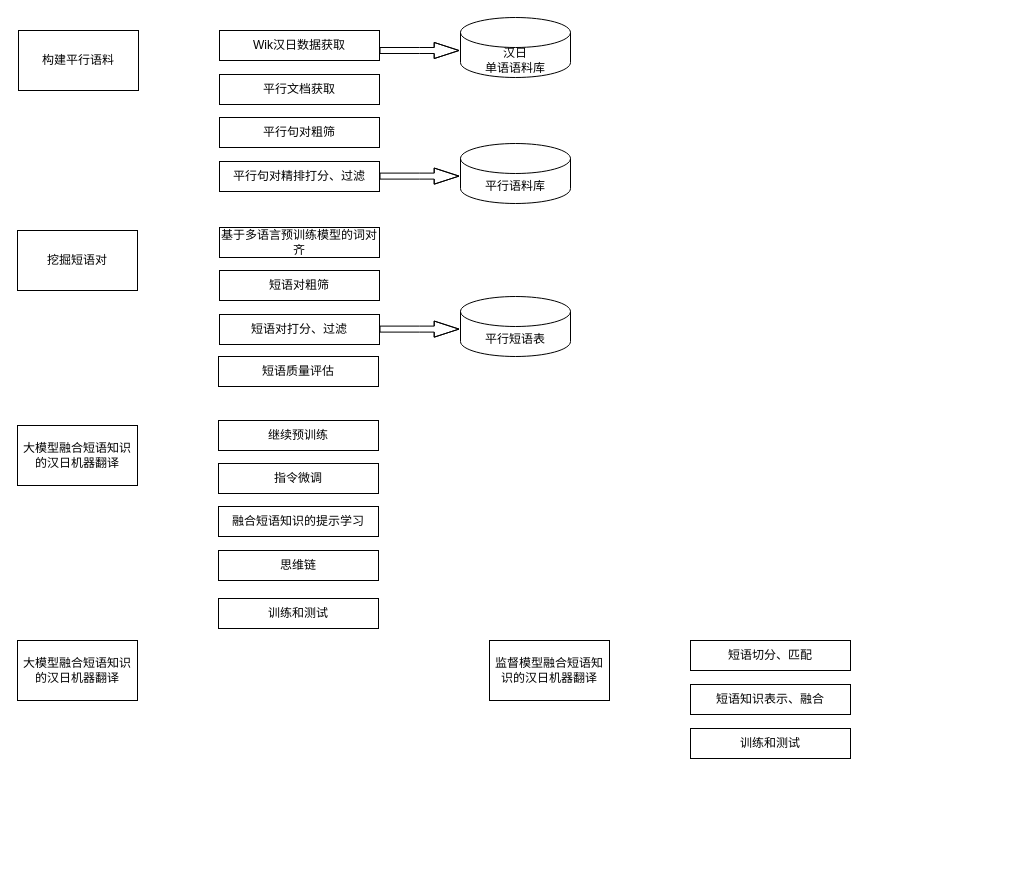
Before: 2024教育部社科项目.drawio in lizezhonglaile/drawio, a draw.io diagram. Source tidied: cells renumbered, new cells numbered last; positions are measured from the earlier drawing's top-left corner, leaving out a move shared by most shapes. Both pictures are drawn from the tidied source at 100%, with x=0, y=0 at pixel (17, 17).
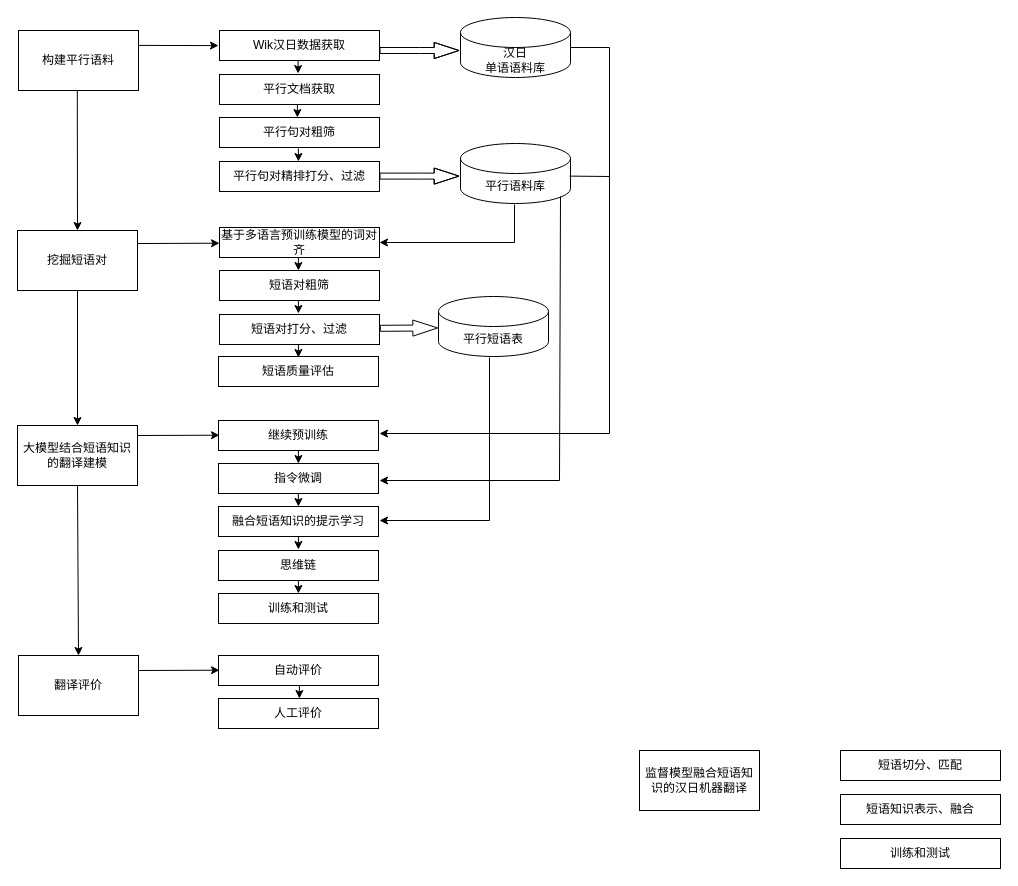
Above is the later version.

Commit message:
更新2024教育部社科项目.drawio

Unchanged cells that the change refers to:
```xml
<mxCell id="3" value="挖掘短语对" style="rounded=0;whiteSpace=wrap;html=1;" parent="1" vertex="1">
  <mxGeometry y="213" width="120" height="60" as="geometry" />
</mxCell>
<mxCell id="11" value="汉日&lt;div&gt;单语语料库&lt;/div&gt;" style="shape=cylinder3;whiteSpace=wrap;html=1;boundedLbl=1;backgroundOutline=1;size=15;" parent="1" vertex="1">
  <mxGeometry x="443" width="110" height="60" as="geometry" />
</mxCell>
<mxCell id="14" value="基于多语言预训练模型的词对齐" style="rounded=0;whiteSpace=wrap;html=1;" parent="1" vertex="1">
  <mxGeometry x="202" y="210" width="160" height="30" as="geometry" />
</mxCell>
<mxCell id="16" value="短语对打分、过滤" style="rounded=0;whiteSpace=wrap;html=1;" parent="1" vertex="1">
  <mxGeometry x="202" y="297" width="160" height="30" as="geometry" />
</mxCell>
```

Diff of the diagram source:
```diff
@@
     <mxCell id="4" value="监督模型融合短语知识的汉日机器翻译" style="rounded=0;whiteSpace=wrap;html=1;" parent="1" vertex="1">
-      <mxGeometry x="472" y="623" width="120" height="60" as="geometry" />
+      <mxGeometry x="622" y="733" width="120" height="60" as="geometry" />
     </mxCell>
-    <mxCell id="5" value="大模型融合短语知识的汉日机器翻译" style="rounded=0;whiteSpace=wrap;html=1;" parent="1" vertex="1">
+    <mxCell id="5" value="大模型结合短语知识的翻译建模" style="rounded=0;whiteSpace=wrap;html=1;" parent="1" vertex="1">
       <mxGeometry y="408" width="120" height="60" as="geometry" />
     </mxCell>
@@
     <mxCell id="17" value="平行短语表" style="shape=cylinder3;whiteSpace=wrap;html=1;boundedLbl=1;backgroundOutline=1;size=15;" parent="1" vertex="1">
-      <mxGeometry x="443" y="279" width="110" height="60" as="geometry" />
+      <mxGeometry x="421" y="279" width="110" height="60" as="geometry" />
     </mxCell>
-    <mxCell id="18" style="shape=flexArrow;endArrow=classic;html=1;rounded=0;width=6;endWidth=9.09090909090909;endSize=7.9363636363636365;" parent="1" edge="1">
-      <mxGeometry relative="1" as="geometry">
-        <mxPoint x="362" y="311.6" as="sourcePoint" />
-        <mxPoint x="442" y="311.6" as="targetPoint" />
-        <Array as="points">
-          <mxPoint x="402" y="311.6" />
-        </Array>
-      </mxGeometry>
+    <mxCell id="18" style="shape=flexArrow;endArrow=classic;html=1;rounded=0;width=6;endWidth=9.09090909090909;endSize=7.9363636363636365;exitX=1.002;exitY=0.46;exitDx=0;exitDy=0;exitPerimeter=0;entryX=-0.003;entryY=0.524;entryDx=0;entryDy=0;entryPerimeter=0;" parent="1" edge="1" source="16" target="17">
+      <mxGeometry relative="1" as="geometry" />
     </mxCell>
     <mxCell id="19" value="短语切分、匹配" style="rounded=0;whiteSpace=wrap;html=1;" parent="1" vertex="1">
-      <mxGeometry x="673" y="623" width="160" height="30" as="geometry" />
+      <mxGeometry x="823" y="733" width="160" height="30" as="geometry" />
     </mxCell>
     <mxCell id="20" value="短语知识表示、融合" style="rounded=0;whiteSpace=wrap;html=1;" parent="1" vertex="1">
-      <mxGeometry x="673" y="667" width="160" height="30" as="geometry" />
+      <mxGeometry x="823" y="777" width="160" height="30" as="geometry" />
     </mxCell>
     <mxCell id="21" value="训练和测试" style="rounded=0;whiteSpace=wrap;html=1;" parent="1" vertex="1">
-      <mxGeometry x="673" y="711" width="160" height="30" as="geometry" />
+      <mxGeometry x="823" y="821" width="160" height="30" as="geometry" />
     </mxCell>
@@
     <mxCell id="26" value="训练和测试" style="rounded=0;whiteSpace=wrap;html=1;" parent="1" vertex="1">
-      <mxGeometry x="201" y="581" width="160" height="30" as="geometry" />
+      <mxGeometry x="201" y="576" width="160" height="30" as="geometry" />
     </mxCell>
-    <mxCell id="27" value="大模型融合短语知识的汉日机器翻译" style="rounded=0;whiteSpace=wrap;html=1;" parent="1" vertex="1">
-      <mxGeometry y="623" width="120" height="60" as="geometry" />
+    <mxCell id="27" value="翻译评价" style="rounded=0;whiteSpace=wrap;html=1;" parent="1" vertex="1">
+      <mxGeometry x="1" y="638" width="120" height="60" as="geometry" />
     </mxCell>
@@
+    <mxCell id="29" value="人工评价" style="rounded=0;whiteSpace=wrap;html=1;" parent="1" vertex="1">
+      <mxGeometry x="201" y="681" width="160" height="30" as="geometry" />
+    </mxCell>
+    <mxCell id="30" value="自动评价" style="rounded=0;whiteSpace=wrap;html=1;" parent="1" vertex="1">
+      <mxGeometry x="201" y="638" width="160" height="30" as="geometry" />
+    </mxCell>
+    <mxCell id="31" style="endArrow=classic;html=1;rounded=0;entryX=-0.004;entryY=0.673;entryDx=0;entryDy=0;entryPerimeter=0;" parent="1" edge="1">
+      <mxGeometry relative="1" as="geometry">
+        <mxPoint x="121.6" y="27.9" as="sourcePoint" />
+        <mxPoint x="201" y="28.1" as="targetPoint" />
+      </mxGeometry>
+    </mxCell>
+    <mxCell id="32" style="endArrow=classic;html=1;rounded=0;entryX=-0.004;entryY=0.673;entryDx=0;entryDy=0;entryPerimeter=0;exitX=1.004;exitY=0.217;exitDx=0;exitDy=0;exitPerimeter=0;" parent="1" edge="1" source="3">
+      <mxGeometry relative="1" as="geometry">
+        <mxPoint x="202" y="225.7" as="targetPoint" />
+      </mxGeometry>
+    </mxCell>
+    <mxCell id="33" style="endArrow=classic;html=1;rounded=0;entryX=-0.004;entryY=0.673;entryDx=0;entryDy=0;entryPerimeter=0;exitX=1.004;exitY=0.217;exitDx=0;exitDy=0;exitPerimeter=0;" parent="1" edge="1">
+      <mxGeometry relative="1" as="geometry">
+        <mxPoint x="120" y="418" as="sourcePoint" />
+        <mxPoint x="202" y="417.7" as="targetPoint" />
+      </mxGeometry>
+    </mxCell>
+    <mxCell id="34" style="endArrow=classic;html=1;rounded=0;entryX=-0.004;entryY=0.673;entryDx=0;entryDy=0;entryPerimeter=0;" parent="1" edge="1">
+      <mxGeometry relative="1" as="geometry">
+        <mxPoint x="121" y="653" as="sourcePoint" />
+        <mxPoint x="202" y="652.7" as="targetPoint" />
+      </mxGeometry>
+    </mxCell>
+    <mxCell id="35" style="endArrow=classic;html=1;rounded=0;" parent="1" edge="1">
+      <mxGeometry relative="1" as="geometry">
+        <mxPoint x="280.9" y="327" as="sourcePoint" />
+        <mxPoint x="280.9" y="340" as="targetPoint" />
+      </mxGeometry>
+    </mxCell>
+    <mxCell id="36" style="endArrow=classic;html=1;rounded=0;" parent="1" edge="1">
+      <mxGeometry relative="1" as="geometry">
+        <mxPoint x="280.6" y="43" as="sourcePoint" />
+        <mxPoint x="280.6" y="56" as="targetPoint" />
+      </mxGeometry>
+    </mxCell>
+    <mxCell id="37" style="endArrow=classic;html=1;rounded=0;" parent="1" edge="1">
+      <mxGeometry relative="1" as="geometry">
+        <mxPoint x="280.9" y="131" as="sourcePoint" />
+        <mxPoint x="280.9" y="144" as="targetPoint" />
+      </mxGeometry>
+    </mxCell>
+    <mxCell id="38" style="endArrow=classic;html=1;rounded=0;" parent="1" edge="1">
+      <mxGeometry relative="1" as="geometry">
+        <mxPoint x="279.9" y="87" as="sourcePoint" />
+        <mxPoint x="279.9" y="100" as="targetPoint" />
+      </mxGeometry>
+    </mxCell>
+    <mxCell id="39" style="endArrow=classic;html=1;rounded=0;" parent="1" edge="1">
+      <mxGeometry relative="1" as="geometry">
+        <mxPoint x="280.9" y="240" as="sourcePoint" />
+        <mxPoint x="280.9" y="253" as="targetPoint" />
+      </mxGeometry>
+    </mxCell>
+    <mxCell id="40" style="endArrow=classic;html=1;rounded=0;" parent="1" edge="1">
+      <mxGeometry relative="1" as="geometry">
+        <mxPoint x="280.9" y="283" as="sourcePoint" />
+        <mxPoint x="280.9" y="296" as="targetPoint" />
+      </mxGeometry>
+    </mxCell>
+    <mxCell id="41" style="endArrow=classic;html=1;rounded=0;" parent="1" edge="1">
+      <mxGeometry relative="1" as="geometry">
+        <mxPoint x="281.9" y="668" as="sourcePoint" />
+        <mxPoint x="281.9" y="681" as="targetPoint" />
+      </mxGeometry>
+    </mxCell>
+    <mxCell id="42" style="endArrow=classic;html=1;rounded=0;" parent="1" edge="1">
+      <mxGeometry relative="1" as="geometry">
+        <mxPoint x="280.9" y="476" as="sourcePoint" />
+        <mxPoint x="280.9" y="489" as="targetPoint" />
+      </mxGeometry>
+    </mxCell>
+    <mxCell id="43" style="endArrow=classic;html=1;rounded=0;" parent="1" edge="1">
+      <mxGeometry relative="1" as="geometry">
+        <mxPoint x="280.9" y="433" as="sourcePoint" />
+        <mxPoint x="280.9" y="446" as="targetPoint" />
+      </mxGeometry>
+    </mxCell>
+    <mxCell id="44" style="endArrow=classic;html=1;rounded=0;" parent="1" edge="1">
+      <mxGeometry relative="1" as="geometry">
+        <mxPoint x="280.9" y="519" as="sourcePoint" />
+        <mxPoint x="280.9" y="532" as="targetPoint" />
+      </mxGeometry>
+    </mxCell>
+    <mxCell id="45" style="endArrow=classic;html=1;rounded=0;" parent="1" edge="1">
+      <mxGeometry relative="1" as="geometry">
+        <mxPoint x="280.9" y="563" as="sourcePoint" />
+        <mxPoint x="280.9" y="576" as="targetPoint" />
+      </mxGeometry>
+    </mxCell>
+    <mxCell id="46" style="endArrow=classic;html=1;rounded=0;exitX=0.5;exitY=1;exitDx=0;exitDy=0;entryX=0.5;entryY=0;entryDx=0;entryDy=0;" parent="1" edge="1" source="3" target="5">
+      <mxGeometry relative="1" as="geometry" />
+    </mxCell>
+    <mxCell id="47" style="endArrow=classic;html=1;rounded=0;exitX=0.5;exitY=1;exitDx=0;exitDy=0;entryX=0.5;entryY=0;entryDx=0;entryDy=0;" parent="1" edge="1" source="5" target="27">
+      <mxGeometry relative="1" as="geometry" />
+    </mxCell>
+    <mxCell id="48" style="endArrow=classic;html=1;rounded=0;exitX=0.5;exitY=1;exitDx=0;exitDy=0;entryX=0.5;entryY=0;entryDx=0;entryDy=0;" parent="1" edge="1" target="3">
+      <mxGeometry relative="1" as="geometry">
+        <mxPoint x="59.8" y="73" as="sourcePoint" />
+      </mxGeometry>
+    </mxCell>
+    <mxCell id="49" style="endArrow=classic;html=1;rounded=0;entryX=1;entryY=0.5;entryDx=0;entryDy=0;" parent="1" edge="1" target="14">
+      <mxGeometry relative="1" as="geometry">
+        <mxPoint x="497" y="187" as="sourcePoint" />
+        <Array as="points">
+          <mxPoint x="497" y="225" />
+        </Array>
+      </mxGeometry>
+    </mxCell>
+    <mxCell id="50" style="endArrow=classic;html=1;rounded=0;entryX=1;entryY=0.5;entryDx=0;entryDy=0;" parent="1" edge="1">
+      <mxGeometry relative="1" as="geometry">
+        <mxPoint x="472" y="340" as="sourcePoint" />
+        <mxPoint x="362" y="503" as="targetPoint" />
+        <Array as="points">
+          <mxPoint x="472" y="503" />
+        </Array>
+      </mxGeometry>
+    </mxCell>
+    <mxCell id="51" style="endArrow=classic;html=1;rounded=0;entryX=1;entryY=0.5;entryDx=0;entryDy=0;exitX=1;exitY=0.5;exitDx=0;exitDy=0;exitPerimeter=0;" parent="1" edge="1" source="11">
+      <mxGeometry relative="1" as="geometry">
+        <mxPoint x="362" y="416" as="targetPoint" />
+        <Array as="points">
+          <mxPoint x="592" y="30" />
+          <mxPoint x="592" y="416" />
+        </Array>
+      </mxGeometry>
+    </mxCell>
+    <mxCell id="52" style="endArrow=none;html=1;rounded=0;entryX=1;entryY=0;entryDx=0;entryDy=37.5;entryPerimeter=0;" parent="1" edge="1">
+      <mxGeometry relative="1" as="geometry">
+        <mxPoint x="592" y="159" as="sourcePoint" />
+        <mxPoint x="552" y="158.6" as="targetPoint" />
+      </mxGeometry>
+    </mxCell>
+    <mxCell id="53" style="endArrow=classic;html=1;rounded=0;" parent="1" edge="1">
+      <mxGeometry relative="1" as="geometry">
+        <mxPoint x="543" y="179" as="sourcePoint" />
+        <mxPoint x="362" y="463" as="targetPoint" />
+        <Array as="points">
+          <mxPoint x="542" y="463" />
+        </Array>
+      </mxGeometry>
+    </mxCell>
```
